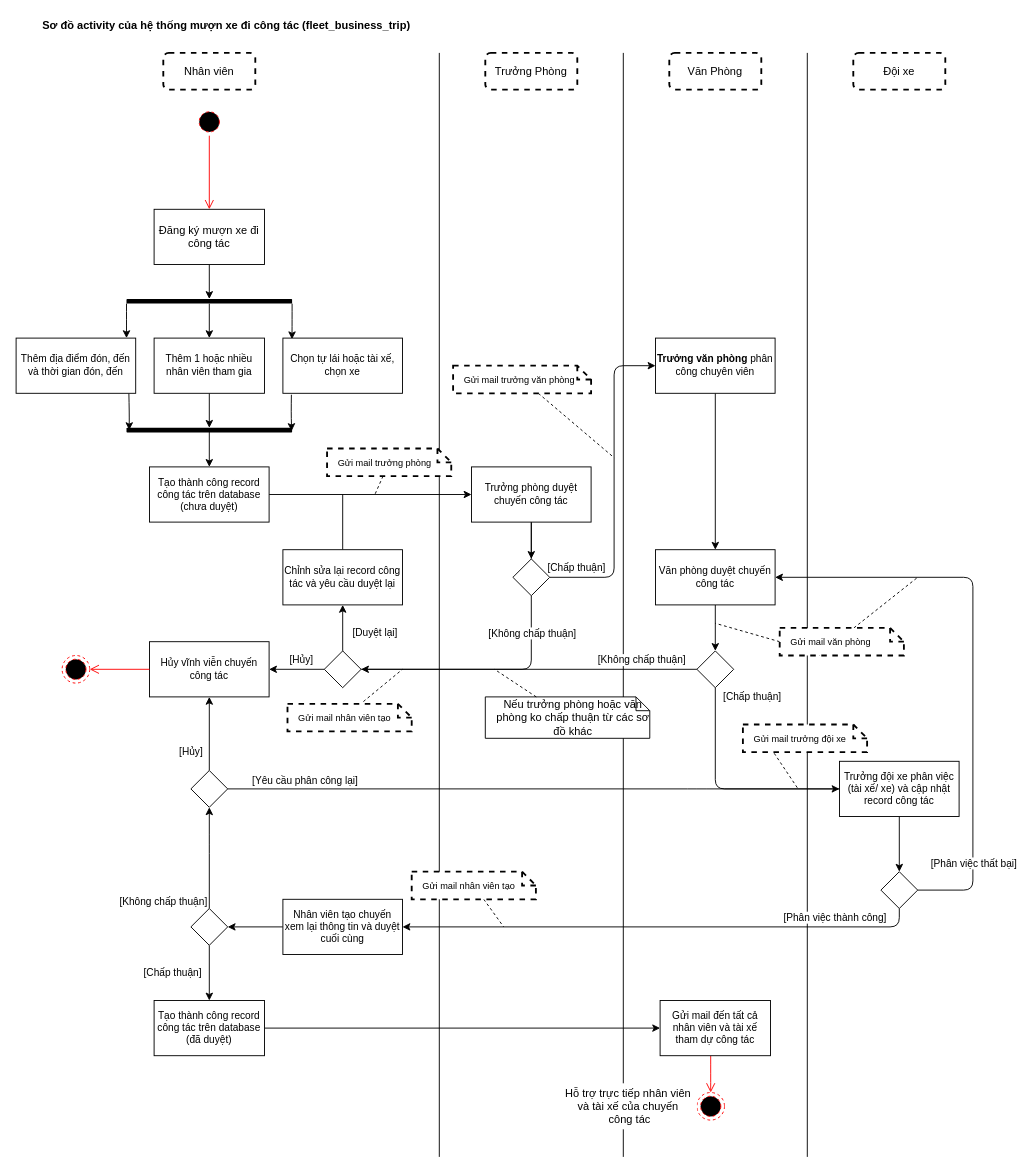
Above: uml-diargrams/uml_activity_fleet_business_trip.drawio in NgoHuuNghia/odoo15-digitalocean (draw.io), before the change. Source tidied: cells renumbered, new cells numbered last; positions are measured from the earlier drawing's top-left corner, leaving out a move shared by most shapes. Both pictures are drawn from the tidied source at 92%, with x=0, y=0 at pixel (16, 16).
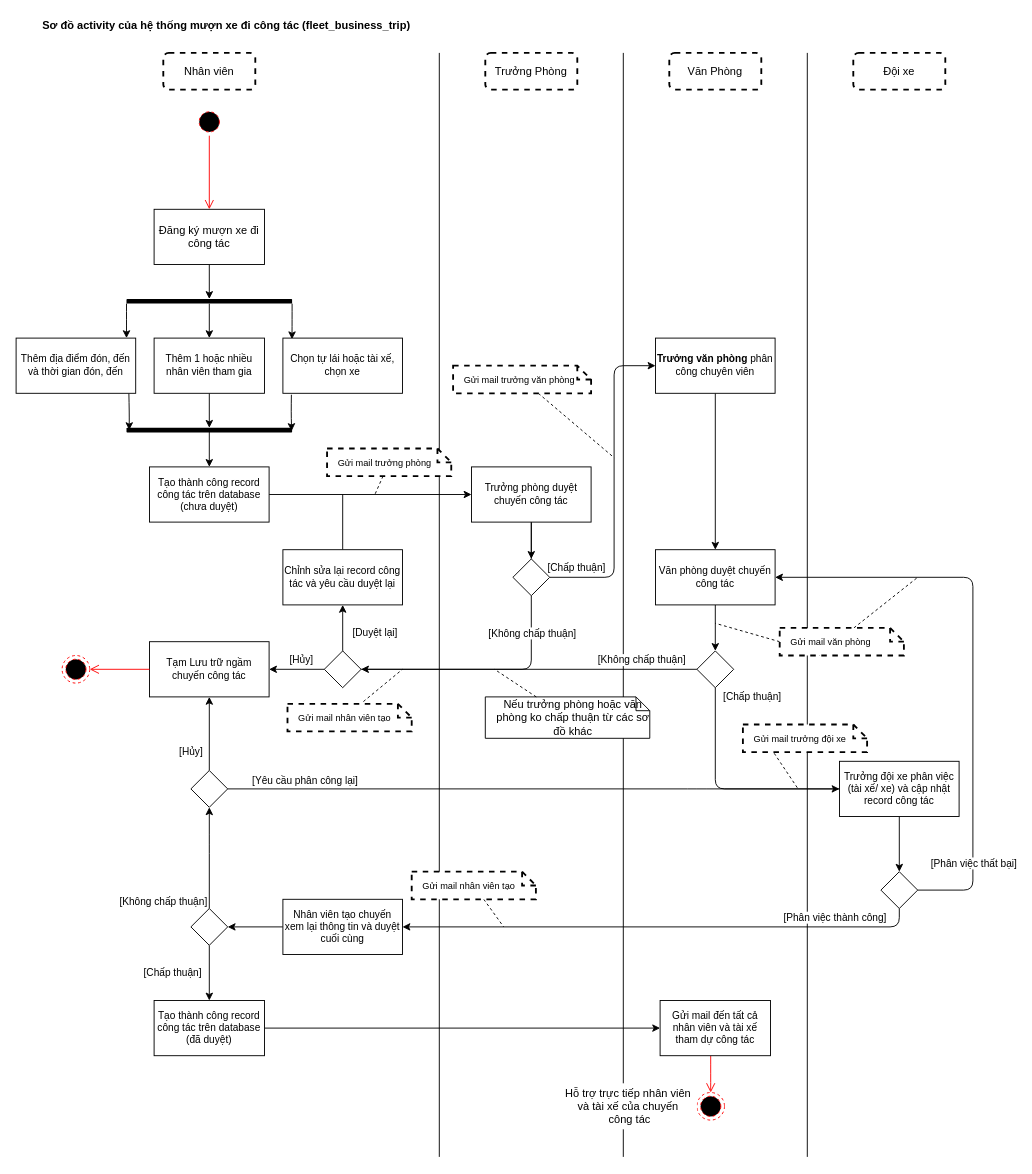
The same page after the edit.

The edit, as a diff of the source:
```diff
@@
-    <mxCell id="41" value="Hủy vĩnh viễn chuyến công tác" style="whiteSpace=wrap;html=1;rounded=0;fontSize=11;" parent="1" vertex="1">
+    <mxCell id="41" value="Tạm Lưu trữ ngầm chuyến công tác" style="whiteSpace=wrap;html=1;rounded=0;fontSize=11;" parent="1" vertex="1">
       <mxGeometry x="145" y="680" width="130" height="60" as="geometry" />
     </mxCell>
```
